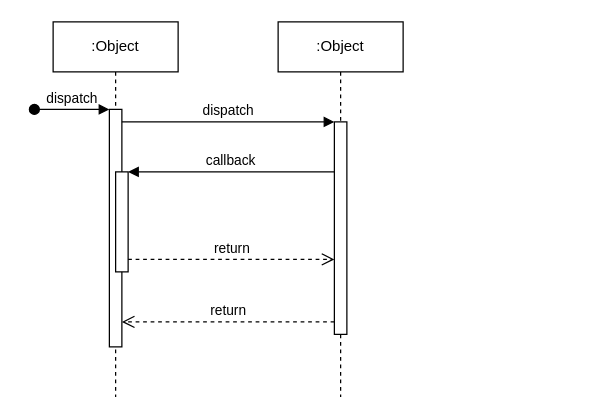
Above: Sequence.drawio in anhquan1111/PBL3 (draw.io), before the change. Source tidied: cells renumbered, new cells numbered last; positions are measured from the earlier drawing's top-left corner, leaving out a move shared by most shapes. Both pictures are drawn from the tidied source at 125%, with x=0, y=0 at pixel (34, 21).
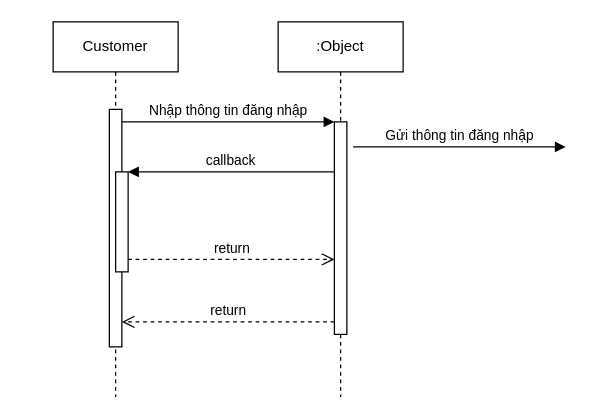
Above is the later version.

Commit message (it also covers changes not shown here):
Cập nhật Sequence.drawio

Diff of the diagram source:
```diff
@@
 <mxGraphModel>
   <root>
     <mxCell id="0" />
     <mxCell id="1" parent="0" />
-    <mxCell id="2" value=":Object" style="shape=umlLifeline;perimeter=lifelinePerimeter;whiteSpace=wrap;html=1;newEdgeStyle={&quot;edgeStyle&quot;:&quot;elbowEdgeStyle&quot;,&quot;elbow&quot;:&quot;vertical&quot;,&quot;curved&quot;:0,&quot;rounded&quot;:0};" parent="1" vertex="1">
+    <mxCell id="2" value="Customer" style="shape=umlLifeline;perimeter=lifelinePerimeter;whiteSpace=wrap;html=1;newEdgeStyle={&quot;edgeStyle&quot;:&quot;elbowEdgeStyle&quot;,&quot;elbow&quot;:&quot;vertical&quot;,&quot;curved&quot;:0,&quot;rounded&quot;:0};" parent="1" vertex="1">
       <mxGeometry x="15" width="100" height="300" as="geometry" />
     </mxCell>
     <mxCell id="3" style="html=1;points=[];perimeter=orthogonalPerimeter;outlineConnect=0;targetShapes=umlLifeline;portConstraint=eastwest;newEdgeStyle={&quot;edgeStyle&quot;:&quot;elbowEdgeStyle&quot;,&quot;elbow&quot;:&quot;vertical&quot;,&quot;curved&quot;:0,&quot;rounded&quot;:0};" parent="2" vertex="1">
       <mxGeometry x="45" y="70" width="10" height="190" as="geometry" />
     </mxCell>
-    <mxCell id="4" value="dispatch" style="html=1;verticalAlign=bottom;startArrow=oval;endArrow=block;startSize=8;edgeStyle=elbowEdgeStyle;elbow=vertical;curved=0;rounded=0;" parent="2" edge="1" target="3">
-      <mxGeometry relative="1" as="geometry">
-        <mxPoint x="-15" y="70" as="sourcePoint" />
-      </mxGeometry>
-    </mxCell>
     <mxCell id="5" style="html=1;points=[];perimeter=orthogonalPerimeter;outlineConnect=0;targetShapes=umlLifeline;portConstraint=eastwest;newEdgeStyle={&quot;edgeStyle&quot;:&quot;elbowEdgeStyle&quot;,&quot;elbow&quot;:&quot;vertical&quot;,&quot;curved&quot;:0,&quot;rounded&quot;:0};" parent="2" vertex="1">
       <mxGeometry x="50" y="120" width="10" height="80" as="geometry" />
     </mxCell>
     <mxCell id="6" value=":Object" style="shape=umlLifeline;perimeter=lifelinePerimeter;whiteSpace=wrap;html=1;newEdgeStyle={&quot;edgeStyle&quot;:&quot;elbowEdgeStyle&quot;,&quot;elbow&quot;:&quot;vertical&quot;,&quot;curved&quot;:0,&quot;rounded&quot;:0};" parent="1" vertex="1">
       <mxGeometry x="195" width="100" height="300" as="geometry" />
     </mxCell>
     <mxCell id="7" style="html=1;points=[];perimeter=orthogonalPerimeter;outlineConnect=0;targetShapes=umlLifeline;portConstraint=eastwest;newEdgeStyle={&quot;edgeStyle&quot;:&quot;elbowEdgeStyle&quot;,&quot;elbow&quot;:&quot;vertical&quot;,&quot;curved&quot;:0,&quot;rounded&quot;:0};" parent="6" vertex="1">
       <mxGeometry x="45" y="80" width="10" height="170" as="geometry" />
     </mxCell>
-    <mxCell id="8" value="dispatch" style="html=1;verticalAlign=bottom;endArrow=block;edgeStyle=elbowEdgeStyle;elbow=vertical;curved=0;rounded=0;" parent="1" edge="1" source="3" target="7">
+    <mxCell id="8" value="Nhập thông tin đăng nhập" style="html=1;verticalAlign=bottom;endArrow=block;edgeStyle=elbowEdgeStyle;elbow=vertical;curved=0;rounded=0;" parent="1" edge="1" source="3" target="7">
       <mxGeometry relative="1" as="geometry">
         <Array as="points">
           <mxPoint x="155" y="80" />
         </Array>
       </mxGeometry>
     </mxCell>
     <mxCell id="9" value="return" style="html=1;verticalAlign=bottom;endArrow=open;dashed=1;endSize=8;edgeStyle=elbowEdgeStyle;elbow=vertical;curved=0;rounded=0;" parent="1" edge="1" source="7" target="3">
       <mxGeometry relative="1" as="geometry">
         <Array as="points">
           <mxPoint x="165" y="240" />
         </Array>
       </mxGeometry>
     </mxCell>
     <mxCell id="10" value="callback" style="html=1;verticalAlign=bottom;endArrow=block;edgeStyle=elbowEdgeStyle;elbow=vertical;curved=0;rounded=0;" parent="1" edge="1" source="7" target="5">
       <mxGeometry relative="1" as="geometry">
         <Array as="points">
           <mxPoint x="165" y="120" />
         </Array>
       </mxGeometry>
     </mxCell>
     <mxCell id="11" value="return" style="html=1;verticalAlign=bottom;endArrow=open;dashed=1;endSize=8;edgeStyle=elbowEdgeStyle;elbow=vertical;curved=0;rounded=0;" parent="1" edge="1" source="5" target="7">
       <mxGeometry relative="1" as="geometry">
         <Array as="points">
           <mxPoint x="155" y="190" />
         </Array>
       </mxGeometry>
     </mxCell>
+    <mxCell id="12" value="Gửi thông tin đăng nhập" style="html=1;verticalAlign=bottom;endArrow=block;edgeStyle=elbowEdgeStyle;elbow=vertical;curved=0;rounded=0;" parent="1" edge="1">
+      <mxGeometry relative="1" as="geometry">
+        <mxPoint x="255" y="100" as="sourcePoint" />
+        <mxPoint x="425" y="100" as="targetPoint" />
+        <Array as="points">
+          <mxPoint x="340" y="100" />
+        </Array>
+      </mxGeometry>
+    </mxCell>
   </root>
 </mxGraphModel>
```
